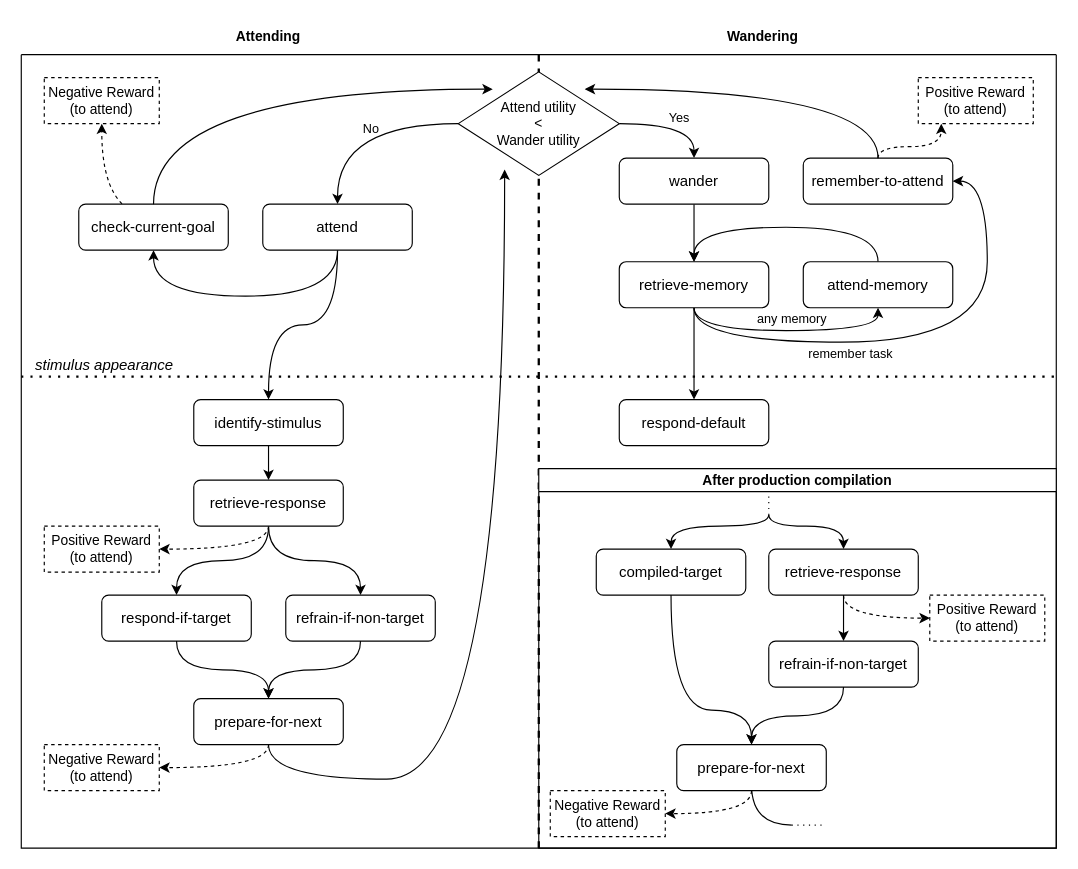
Earlier version of the draw.io diagram Graph.drawio (joshbruegger/CognitiveModellingPractical2022). Source tidied: cells renumbered, new cells numbered last; positions are measured from the earlier drawing's top-left corner, leaving out a move shared by most shapes. Both pictures are drawn from the tidied source at 115%, with x=0, y=0 at pixel (21, 20).
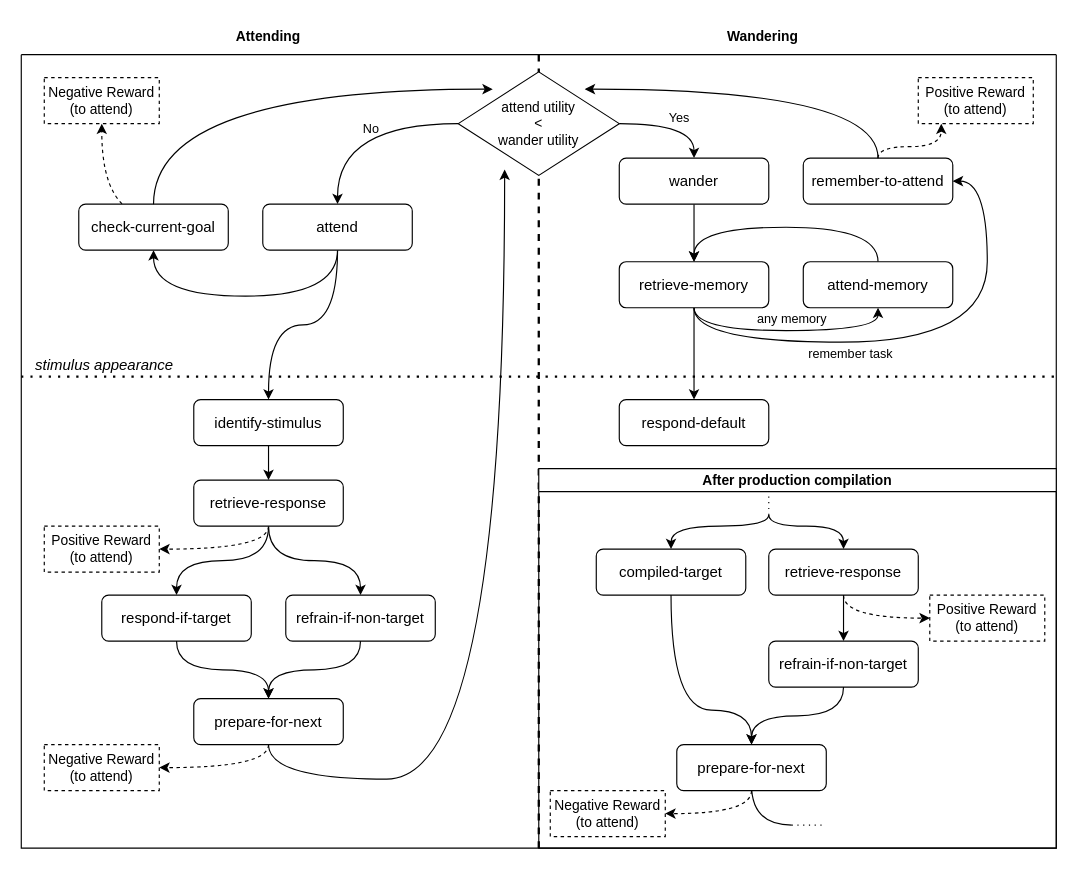
After the change.

Commit message (it also covers changes not shown here):
Productions names update

The change refers to these unchanged cells:
```xml
<mxCell id="3" style="swimlane;startSize=0;fontSize=13;" parent="1" vertex="1">
  <mxGeometry y="30" width="900" height="690" as="geometry" />
</mxCell>
```

Change to the diagram source:
```diff
@@
-    <mxCell id="6" value="&lt;font style=&quot;font-size: 12px&quot;&gt;Attend utility&lt;br&gt;&amp;lt;&lt;br&gt;Wander utility&lt;br&gt;&lt;/font&gt;" style="rhombus;whiteSpace=wrap;html=1;fillColor=default;" parent="3" vertex="1">
+    <mxCell id="6" value="&lt;font style=&quot;font-size: 12px&quot;&gt;attend utility&lt;br&gt;&amp;lt;&lt;br&gt;wander utility&lt;br&gt;&lt;/font&gt;" style="rhombus;whiteSpace=wrap;html=1;fillColor=default;" parent="3" vertex="1">
       <mxGeometry x="380" y="15" width="140" height="90" as="geometry" />
     </mxCell>
```
